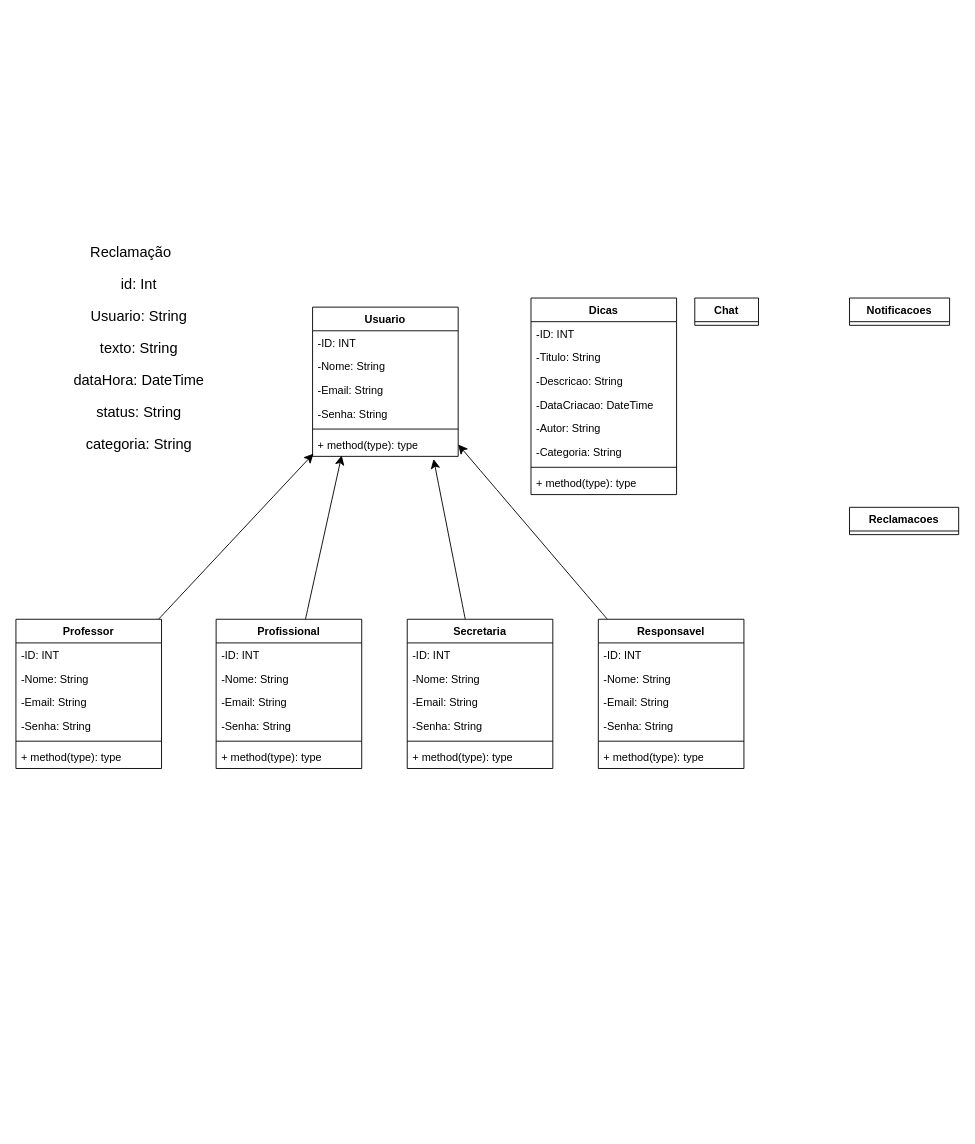
The draw.io diagram UML/diagrama_Classes.drawio in Marlon-Isaac/tcc, before the edit. Source tidied: cells renumbered, new cells numbered last; positions are measured from the earlier drawing's top-left corner, leaving out a move shared by most shapes. Both pictures are drawn from the tidied source at 91%, with x=0, y=0 at pixel (15, 220).
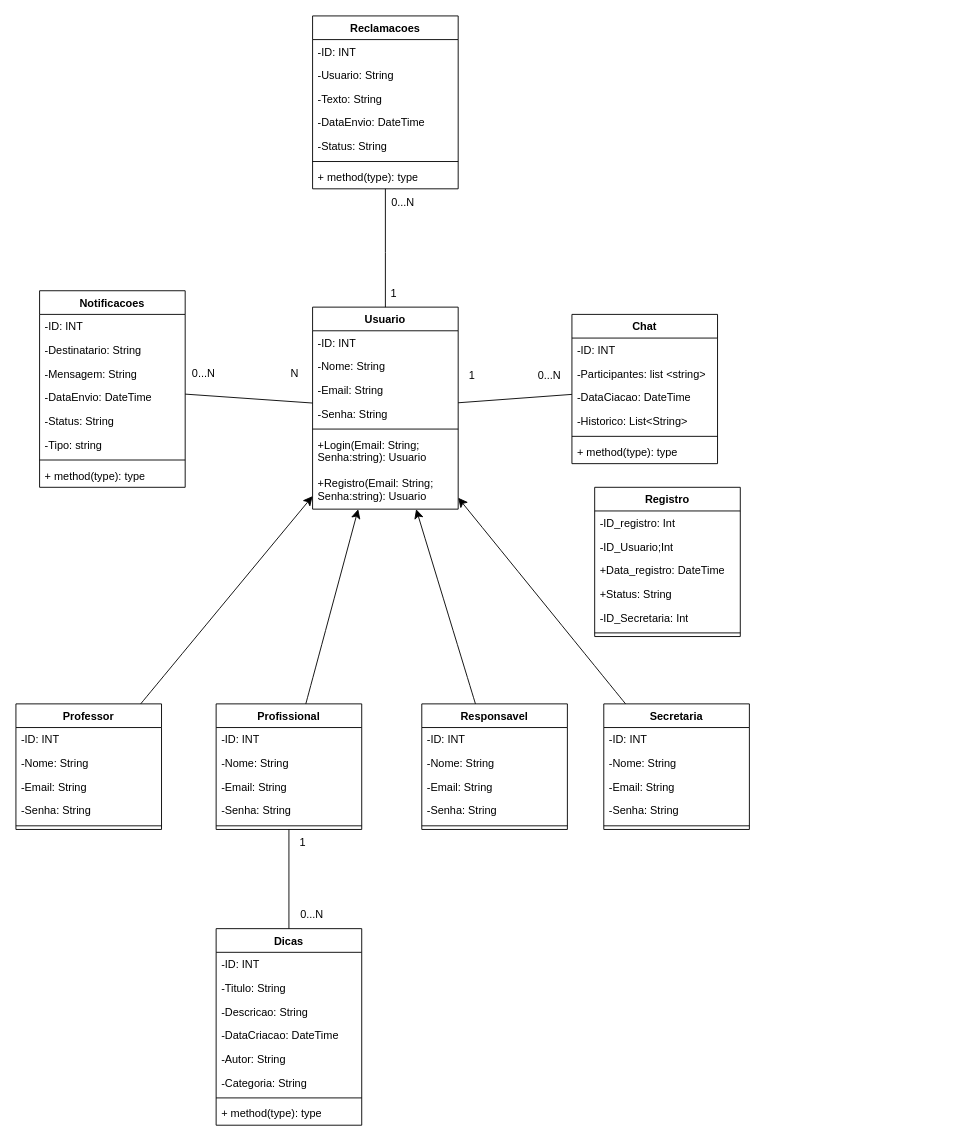
The same page after the edit.

The edit, as a diff of the source:
```diff
@@
     <mxCell id="2" value="Professor" style="swimlane;fontStyle=1;align=center;verticalAlign=top;horizontal=1;startSize=26;whiteSpace=wrap;html=1;" parent="1" vertex="1">
-      <mxGeometry y="438" width="160" height="164" as="geometry" />
+      <mxGeometry y="531" width="160" height="138" as="geometry" />
     </mxCell>
@@
-    <mxCell id="8" value="+ method(type): type" style="text;strokeColor=none;fillColor=none;align=left;verticalAlign=top;spacingLeft=4;spacingRight=4;overflow=hidden;whiteSpace=wrap;html=1;" parent="2" vertex="1">
-      <mxGeometry y="138" width="160" height="26" as="geometry" />
-    </mxCell>
     <mxCell id="9" value="Profissional" style="swimlane;fontStyle=1;align=center;verticalAlign=top;horizontal=1;startSize=26;whiteSpace=wrap;html=1;" parent="1" vertex="1">
-      <mxGeometry x="220" y="438" width="160" height="164" as="geometry" />
+      <mxGeometry x="220" y="531" width="160" height="138" as="geometry" />
     </mxCell>
@@
-    <mxCell id="15" value="+ method(type): type" style="text;strokeColor=none;fillColor=none;align=left;verticalAlign=top;spacingLeft=4;spacingRight=4;overflow=hidden;whiteSpace=wrap;html=1;" parent="9" vertex="1">
-      <mxGeometry y="138" width="160" height="26" as="geometry" />
-    </mxCell>
     <mxCell id="16" value="Secretaria" style="swimlane;fontStyle=1;align=center;verticalAlign=top;horizontal=1;startSize=26;whiteSpace=wrap;html=1;" parent="1" vertex="1">
-      <mxGeometry x="430" y="438" width="160" height="164" as="geometry" />
+      <mxGeometry x="646" y="531" width="160" height="138" as="geometry" />
     </mxCell>
@@
-    <mxCell id="22" value="+ method(type): type" style="text;strokeColor=none;fillColor=none;align=left;verticalAlign=top;spacingLeft=4;spacingRight=4;overflow=hidden;whiteSpace=wrap;html=1;" parent="16" vertex="1">
-      <mxGeometry y="138" width="160" height="26" as="geometry" />
-    </mxCell>
-    <mxCell id="23" style="edgeStyle=none;curved=1;rounded=0;jettySize=auto;html=1;entryX=1;entryY=0.5;entryDx=0;entryDy=0;fontSize=12;startSize=8;endSize=8;" parent="1" edge="1" source="24" target="37">
+    <mxCell id="23" style="edgeStyle=none;curved=1;rounded=0;jettySize=auto;html=1;fontSize=12;startSize=8;endSize=8;" parent="1" edge="1" source="24" target="31">
       <mxGeometry relative="1" as="geometry" />
     </mxCell>
     <mxCell id="24" value="Responsavel" style="swimlane;fontStyle=1;align=center;verticalAlign=top;horizontal=1;startSize=26;whiteSpace=wrap;html=1;" parent="1" vertex="1">
-      <mxGeometry x="640" y="438" width="160" height="164" as="geometry" />
+      <mxGeometry x="446" y="531" width="160" height="138" as="geometry" />
     </mxCell>
@@
-    <mxCell id="30" value="+ method(type): type" style="text;strokeColor=none;fillColor=none;align=left;verticalAlign=top;spacingLeft=4;spacingRight=4;overflow=hidden;whiteSpace=wrap;html=1;" parent="24" vertex="1">
-      <mxGeometry y="138" width="160" height="26" as="geometry" />
-    </mxCell>
     <mxCell id="31" value="Usuario" style="swimlane;fontStyle=1;align=center;verticalAlign=top;horizontal=1;startSize=26;whiteSpace=wrap;html=1;" parent="1" vertex="1">
-      <mxGeometry x="326" y="95" width="160" height="164" as="geometry" />
+      <mxGeometry x="326" y="95" width="160" height="222" as="geometry" />
     </mxCell>
@@
-    <mxCell id="37" value="+ method(type): type" style="text;strokeColor=none;fillColor=none;align=left;verticalAlign=top;spacingLeft=4;spacingRight=4;overflow=hidden;points=[[0,0.5],[1,0.5]];portConstraint=eastwest;whiteSpace=wrap;html=1;" parent="31" vertex="1">
-      <mxGeometry y="138" width="160" height="26" as="geometry" />
+    <mxCell id="37" value="+Login(Email: String; Senha:string): Usuario" style="text;strokeColor=none;fillColor=none;align=left;verticalAlign=top;spacingLeft=4;spacingRight=4;overflow=hidden;points=[[0,0.5],[1,0.5]];portConstraint=eastwest;whiteSpace=wrap;html=1;" parent="31" vertex="1">
+      <mxGeometry y="138" width="160" height="42" as="geometry" />
     </mxCell>
+    <mxCell id="54" value="+Registro(Email: String; Senha:string): Usuario" style="text;strokeColor=none;fillColor=none;align=left;verticalAlign=top;spacingLeft=4;spacingRight=4;overflow=hidden;whiteSpace=wrap;html=1;" parent="31" vertex="1">
+      <mxGeometry y="180" width="160" height="42" as="geometry" />
+    </mxCell>
-    <mxCell id="38" style="edgeStyle=none;curved=1;rounded=0;jettySize=auto;html=1;entryX=0.006;entryY=0.885;entryDx=0;entryDy=0;entryPerimeter=0;fontSize=12;startSize=8;endSize=8;" parent="1" edge="1" source="2" target="37">
+    <mxCell id="38" style="edgeStyle=none;curved=1;rounded=0;jettySize=auto;html=1;fontSize=12;startSize=8;endSize=8;" parent="1" edge="1" source="2" target="31">
       <mxGeometry relative="1" as="geometry" />
     </mxCell>
-    <mxCell id="39" style="edgeStyle=none;curved=1;rounded=0;jettySize=auto;html=1;entryX=0.2;entryY=0.962;entryDx=0;entryDy=0;entryPerimeter=0;fontSize=12;startSize=8;endSize=8;" parent="1" edge="1" source="9" target="37">
+    <mxCell id="39" style="edgeStyle=none;curved=1;rounded=0;jettySize=auto;html=1;fontSize=12;startSize=8;endSize=8;" parent="1" edge="1" source="9" target="31">
       <mxGeometry relative="1" as="geometry" />
     </mxCell>
-    <mxCell id="40" style="edgeStyle=none;curved=1;rounded=0;jettySize=auto;html=1;entryX=0.831;entryY=1.115;entryDx=0;entryDy=0;entryPerimeter=0;fontSize=12;startSize=8;endSize=8;" parent="1" edge="1" source="16" target="37">
+    <mxCell id="40" style="edgeStyle=none;curved=1;rounded=0;jettySize=auto;html=1;fontSize=12;startSize=8;endSize=8;" parent="1" edge="1" source="16" target="31">
       <mxGeometry relative="1" as="geometry" />
     </mxCell>
     <mxCell id="41" value="Dicas" style="swimlane;fontStyle=1;align=center;verticalAlign=top;horizontal=1;startSize=26;whiteSpace=wrap;html=1;" parent="1" vertex="1">
-      <mxGeometry x="566" y="85" width="160" height="216" as="geometry" />
+      <mxGeometry x="220" y="778" width="160" height="216" as="geometry" />
     </mxCell>
@@
-    <mxCell id="50" value="&lt;p class=&quot;query-text-line ng-star-inserted&quot;&gt;Reclamação&lt;/p&gt;&lt;p class=&quot;query-text-line ng-star-inserted&quot;&gt;&amp;nbsp;&amp;nbsp; &amp;nbsp;id: Int&lt;/p&gt;&lt;p class=&quot;query-text-line ng-star-inserted&quot;&gt;&amp;nbsp;&amp;nbsp; &amp;nbsp;Usuario: String&lt;/p&gt;&lt;p class=&quot;query-text-line ng-star-inserted&quot;&gt;&amp;nbsp;&amp;nbsp; &amp;nbsp;texto: String&lt;/p&gt;&lt;p class=&quot;query-text-line ng-star-inserted&quot;&gt;&amp;nbsp;&amp;nbsp; &amp;nbsp;dataHora: DateTime&lt;/p&gt;&lt;p class=&quot;query-text-line ng-star-inserted&quot;&gt;&amp;nbsp;&amp;nbsp; &amp;nbsp;status: String&lt;/p&gt;&lt;p class=&quot;query-text-line ng-star-inserted&quot;&gt;&amp;nbsp;&amp;nbsp; &amp;nbsp;categoria: String&lt;/p&gt;" style="text;html=1;align=center;verticalAlign=middle;strokeColor=none;fillColor=none;fontSize=16;" parent="1" vertex="1">
-      <mxGeometry x="36" width="180" height="280" as="geometry" />
-    </mxCell>
-    <mxCell id="51" value="Chat" style="swimlane;fontStyle=1;align=center;verticalAlign=top;horizontal=1;startSize=26;whiteSpace=wrap;html=1;" parent="1" vertex="1" collapsed="1">
-      <mxGeometry x="746" y="85" width="70" height="30" as="geometry" />
+    <mxCell id="51" value="Chat" style="swimlane;fontStyle=1;align=center;verticalAlign=top;horizontal=1;startSize=26;whiteSpace=wrap;html=1;" parent="1" vertex="1">
+      <mxGeometry x="611" y="103" width="160" height="164" as="geometry" />
     </mxCell>
+    <mxCell id="55" value="-ID: INT" style="text;strokeColor=none;fillColor=none;align=left;verticalAlign=top;spacingLeft=4;spacingRight=4;overflow=hidden;whiteSpace=wrap;html=1;" parent="51" vertex="1">
+      <mxGeometry y="26" width="160" height="26" as="geometry" />
+    </mxCell>
+    <mxCell id="56" value="-Participantes: list &amp;lt;string&amp;gt;" style="text;strokeColor=none;fillColor=none;align=left;verticalAlign=top;spacingLeft=4;spacingRight=4;overflow=hidden;whiteSpace=wrap;html=1;" parent="51" vertex="1">
+      <mxGeometry y="52" width="160" height="26" as="geometry" />
+    </mxCell>
+    <mxCell id="57" value="&lt;div&gt;-DataCiacao: DateTime&lt;br&gt;&lt;/div&gt;" style="text;strokeColor=none;fillColor=none;align=left;verticalAlign=top;spacingLeft=4;spacingRight=4;overflow=hidden;whiteSpace=wrap;html=1;" parent="51" vertex="1">
+      <mxGeometry y="78" width="160" height="26" as="geometry" />
+    </mxCell>
+    <mxCell id="58" value="-Historico: List&amp;lt;String&amp;gt;" style="text;strokeColor=none;fillColor=none;align=left;verticalAlign=top;spacingLeft=4;spacingRight=4;overflow=hidden;whiteSpace=wrap;html=1;" parent="51" vertex="1">
+      <mxGeometry y="104" width="160" height="26" as="geometry" />
+    </mxCell>
+    <mxCell id="59" style="line;strokeWidth=1;fillColor=none;align=left;verticalAlign=middle;spacingTop=-1;spacingLeft=3;spacingRight=3;labelPosition=right;strokeColor=inherit;" parent="51" vertex="1">
+      <mxGeometry y="130" width="160" height="8" as="geometry" />
+    </mxCell>
+    <mxCell id="60" value="+ method(type): type" style="text;strokeColor=none;fillColor=none;align=left;verticalAlign=top;spacingLeft=4;spacingRight=4;overflow=hidden;whiteSpace=wrap;html=1;" parent="51" vertex="1">
+      <mxGeometry y="138" width="160" height="26" as="geometry" />
+    </mxCell>
-    <mxCell id="52" value="Notificacoes" style="swimlane;fontStyle=1;align=center;verticalAlign=top;horizontal=1;startSize=26;whiteSpace=wrap;html=1;" parent="1" vertex="1" collapsed="1">
-      <mxGeometry x="916" y="85" width="110" height="30" as="geometry" />
+    <mxCell id="52" value="Notificacoes" style="swimlane;fontStyle=1;align=center;verticalAlign=top;horizontal=1;startSize=26;whiteSpace=wrap;html=1;" parent="1" vertex="1">
+      <mxGeometry x="26" y="77" width="160" height="216" as="geometry" />
     </mxCell>
+    <mxCell id="61" value="-ID: INT" style="text;strokeColor=none;fillColor=none;align=left;verticalAlign=top;spacingLeft=4;spacingRight=4;overflow=hidden;whiteSpace=wrap;html=1;" parent="52" vertex="1">
+      <mxGeometry y="26" width="160" height="26" as="geometry" />
+    </mxCell>
+    <mxCell id="62" value="&lt;div&gt;-Destinatario: String&lt;br&gt;&lt;/div&gt;" style="text;strokeColor=none;fillColor=none;align=left;verticalAlign=top;spacingLeft=4;spacingRight=4;overflow=hidden;whiteSpace=wrap;html=1;" parent="52" vertex="1">
+      <mxGeometry y="52" width="160" height="26" as="geometry" />
+    </mxCell>
+    <mxCell id="63" value="-Mensagem: String" style="text;strokeColor=none;fillColor=none;align=left;verticalAlign=top;spacingLeft=4;spacingRight=4;overflow=hidden;whiteSpace=wrap;html=1;" parent="52" vertex="1">
+      <mxGeometry y="78" width="160" height="26" as="geometry" />
+    </mxCell>
+    <mxCell id="64" value="&lt;div&gt;-DataEnvio: DateTime&lt;br&gt;&lt;/div&gt;" style="text;strokeColor=none;fillColor=none;align=left;verticalAlign=top;spacingLeft=4;spacingRight=4;overflow=hidden;whiteSpace=wrap;html=1;" parent="52" vertex="1">
+      <mxGeometry y="104" width="160" height="26" as="geometry" />
+    </mxCell>
+    <mxCell id="65" value="-Status: String" style="text;strokeColor=none;fillColor=none;align=left;verticalAlign=top;spacingLeft=4;spacingRight=4;overflow=hidden;whiteSpace=wrap;html=1;" parent="52" vertex="1">
+      <mxGeometry y="130" width="160" height="26" as="geometry" />
+    </mxCell>
+    <mxCell id="66" value="-Tipo: string" style="text;strokeColor=none;fillColor=none;align=left;verticalAlign=top;spacingLeft=4;spacingRight=4;overflow=hidden;whiteSpace=wrap;html=1;" parent="52" vertex="1">
+      <mxGeometry y="156" width="160" height="26" as="geometry" />
+    </mxCell>
+    <mxCell id="67" style="line;strokeWidth=1;fillColor=none;align=left;verticalAlign=middle;spacingTop=-1;spacingLeft=3;spacingRight=3;labelPosition=right;strokeColor=inherit;" parent="52" vertex="1">
+      <mxGeometry y="182" width="160" height="8" as="geometry" />
+    </mxCell>
+    <mxCell id="68" value="+ method(type): type" style="text;strokeColor=none;fillColor=none;align=left;verticalAlign=top;spacingLeft=4;spacingRight=4;overflow=hidden;whiteSpace=wrap;html=1;" parent="52" vertex="1">
+      <mxGeometry y="190" width="160" height="26" as="geometry" />
+    </mxCell>
-    <mxCell id="53" value="Reclamacoes" style="swimlane;fontStyle=1;align=center;verticalAlign=top;horizontal=1;startSize=26;whiteSpace=wrap;html=1;" parent="1" vertex="1" collapsed="1">
-      <mxGeometry x="916" y="315" width="120" height="30" as="geometry" />
+    <mxCell id="53" value="Reclamacoes" style="swimlane;fontStyle=1;align=center;verticalAlign=top;horizontal=1;startSize=26;whiteSpace=wrap;html=1;" parent="1" vertex="1">
+      <mxGeometry x="326" y="-225" width="160" height="190" as="geometry" />
     </mxCell>
+    <mxCell id="69" value="-ID: INT" style="text;strokeColor=none;fillColor=none;align=left;verticalAlign=top;spacingLeft=4;spacingRight=4;overflow=hidden;whiteSpace=wrap;html=1;" parent="53" vertex="1">
+      <mxGeometry y="26" width="160" height="26" as="geometry" />
+    </mxCell>
+    <mxCell id="70" value="-Usuario: String" style="text;strokeColor=none;fillColor=none;align=left;verticalAlign=top;spacingLeft=4;spacingRight=4;overflow=hidden;whiteSpace=wrap;html=1;" parent="53" vertex="1">
+      <mxGeometry y="52" width="160" height="26" as="geometry" />
+    </mxCell>
+    <mxCell id="71" value="-Texto: String" style="text;strokeColor=none;fillColor=none;align=left;verticalAlign=top;spacingLeft=4;spacingRight=4;overflow=hidden;whiteSpace=wrap;html=1;" parent="53" vertex="1">
+      <mxGeometry y="78" width="160" height="26" as="geometry" />
+    </mxCell>
+    <mxCell id="72" value="&lt;div&gt;-DataEnvio: DateTime&lt;br&gt;&lt;/div&gt;" style="text;strokeColor=none;fillColor=none;align=left;verticalAlign=top;spacingLeft=4;spacingRight=4;overflow=hidden;whiteSpace=wrap;html=1;" parent="53" vertex="1">
+      <mxGeometry y="104" width="160" height="26" as="geometry" />
+    </mxCell>
+    <mxCell id="73" value="-Status: String" style="text;strokeColor=none;fillColor=none;align=left;verticalAlign=top;spacingLeft=4;spacingRight=4;overflow=hidden;whiteSpace=wrap;html=1;" parent="53" vertex="1">
+      <mxGeometry y="130" width="160" height="26" as="geometry" />
+    </mxCell>
+    <mxCell id="74" style="line;strokeWidth=1;fillColor=none;align=left;verticalAlign=middle;spacingTop=-1;spacingLeft=3;spacingRight=3;labelPosition=right;strokeColor=inherit;" parent="53" vertex="1">
+      <mxGeometry y="156" width="160" height="8" as="geometry" />
+    </mxCell>
+    <mxCell id="75" value="+ method(type): type" style="text;strokeColor=none;fillColor=none;align=left;verticalAlign=top;spacingLeft=4;spacingRight=4;overflow=hidden;whiteSpace=wrap;html=1;" parent="53" vertex="1">
+      <mxGeometry y="164" width="160" height="26" as="geometry" />
+    </mxCell>
+    <mxCell id="76" style="endArrow=none;html=1;rounded=0;" parent="1" edge="1" source="41" target="9">
+      <mxGeometry relative="1" as="geometry" />
+    </mxCell>
+    <mxCell id="77" value="1" style="text;html=1;align=center;verticalAlign=middle;strokeColor=none;fillColor=none;" parent="1" vertex="1">
+      <mxGeometry x="300" y="669" width="30" height="30" as="geometry" />
+    </mxCell>
+    <mxCell id="78" value="0...N" style="text;html=1;align=center;verticalAlign=middle;strokeColor=none;fillColor=none;" parent="1" vertex="1">
+      <mxGeometry x="300" y="748" width="50" height="30" as="geometry" />
+    </mxCell>
+    <mxCell id="79" style="endArrow=none;html=1;rounded=0;" parent="1" edge="1" source="31" target="53">
+      <mxGeometry relative="1" as="geometry">
+        <Array as="points">
+          <mxPoint x="406" y="35" />
+        </Array>
+      </mxGeometry>
+    </mxCell>
+    <mxCell id="80" value="1" style="text;html=1;align=center;verticalAlign=middle;strokeColor=none;fillColor=none;" parent="1" vertex="1">
+      <mxGeometry x="400" y="65" width="30" height="30" as="geometry" />
+    </mxCell>
+    <mxCell id="81" value="0...N" style="text;html=1;align=center;verticalAlign=middle;strokeColor=none;fillColor=none;" parent="1" vertex="1">
+      <mxGeometry x="400" y="-35" width="50" height="30" as="geometry" />
+    </mxCell>
+    <mxCell id="82" style="endArrow=none;html=1;rounded=0;" parent="1" edge="1" source="31" target="51">
+      <mxGeometry relative="1" as="geometry" />
+    </mxCell>
+    <mxCell id="83" value="1" style="text;html=1;align=center;verticalAlign=middle;strokeColor=none;fillColor=none;" parent="1" vertex="1">
+      <mxGeometry x="486" y="155" width="30" height="30" as="geometry" />
+    </mxCell>
+    <mxCell id="84" value="0...N" style="text;html=1;align=center;verticalAlign=middle;strokeColor=none;fillColor=none;" parent="1" vertex="1">
+      <mxGeometry x="561" y="155" width="50" height="30" as="geometry" />
+    </mxCell>
+    <mxCell id="85" style="endArrow=none;html=1;rounded=0;" parent="1" edge="1" source="52" target="31">
+      <mxGeometry relative="1" as="geometry" />
+    </mxCell>
+    <mxCell id="86" value="0...N" style="text;html=1;align=center;verticalAlign=middle;strokeColor=none;fillColor=none;" parent="1" vertex="1">
+      <mxGeometry x="181" y="153" width="50" height="30" as="geometry" />
+    </mxCell>
+    <mxCell id="87" value="N" style="text;html=1;align=center;verticalAlign=middle;strokeColor=none;fillColor=none;" parent="1" vertex="1">
+      <mxGeometry x="291" y="153" width="30" height="30" as="geometry" />
+    </mxCell>
+    <mxCell id="88" value="Registro" style="swimlane;fontStyle=1;align=center;verticalAlign=top;horizontal=1;startSize=26;whiteSpace=wrap;html=1;" parent="1" vertex="1">
+      <mxGeometry x="636" y="293" width="160" height="164" as="geometry" />
+    </mxCell>
+    <mxCell id="89" value="-ID_registro: Int" style="text;strokeColor=none;fillColor=none;align=left;verticalAlign=top;spacingLeft=4;spacingRight=4;overflow=hidden;whiteSpace=wrap;html=1;" parent="88" vertex="1">
+      <mxGeometry y="26" width="160" height="26" as="geometry" />
+    </mxCell>
+    <mxCell id="90" value="-ID_Usuario;Int" style="text;strokeColor=none;fillColor=none;align=left;verticalAlign=top;spacingLeft=4;spacingRight=4;overflow=hidden;whiteSpace=wrap;html=1;" parent="88" vertex="1">
+      <mxGeometry y="52" width="160" height="26" as="geometry" />
+    </mxCell>
+    <mxCell id="91" value="+Data_registro: DateTime" style="text;strokeColor=none;fillColor=none;align=left;verticalAlign=top;spacingLeft=4;spacingRight=4;overflow=hidden;whiteSpace=wrap;html=1;" parent="88" vertex="1">
+      <mxGeometry y="78" width="160" height="26" as="geometry" />
+    </mxCell>
+    <mxCell id="92" value="+Status: String" style="text;strokeColor=none;fillColor=none;align=left;verticalAlign=top;spacingLeft=4;spacingRight=4;overflow=hidden;whiteSpace=wrap;html=1;" parent="88" vertex="1">
+      <mxGeometry y="104" width="160" height="26" as="geometry" />
+    </mxCell>
+    <mxCell id="93" value="-ID_Secretaria: Int" style="text;strokeColor=none;fillColor=none;align=left;verticalAlign=top;spacingLeft=4;spacingRight=4;overflow=hidden;whiteSpace=wrap;html=1;" parent="88" vertex="1">
+      <mxGeometry y="130" width="160" height="26" as="geometry" />
+    </mxCell>
+    <mxCell id="94" style="line;strokeWidth=1;fillColor=none;align=left;verticalAlign=middle;spacingTop=-1;spacingLeft=3;spacingRight=3;labelPosition=right;strokeColor=inherit;" parent="88" vertex="1">
+      <mxGeometry y="156" width="160" height="8" as="geometry" />
+    </mxCell>
```
